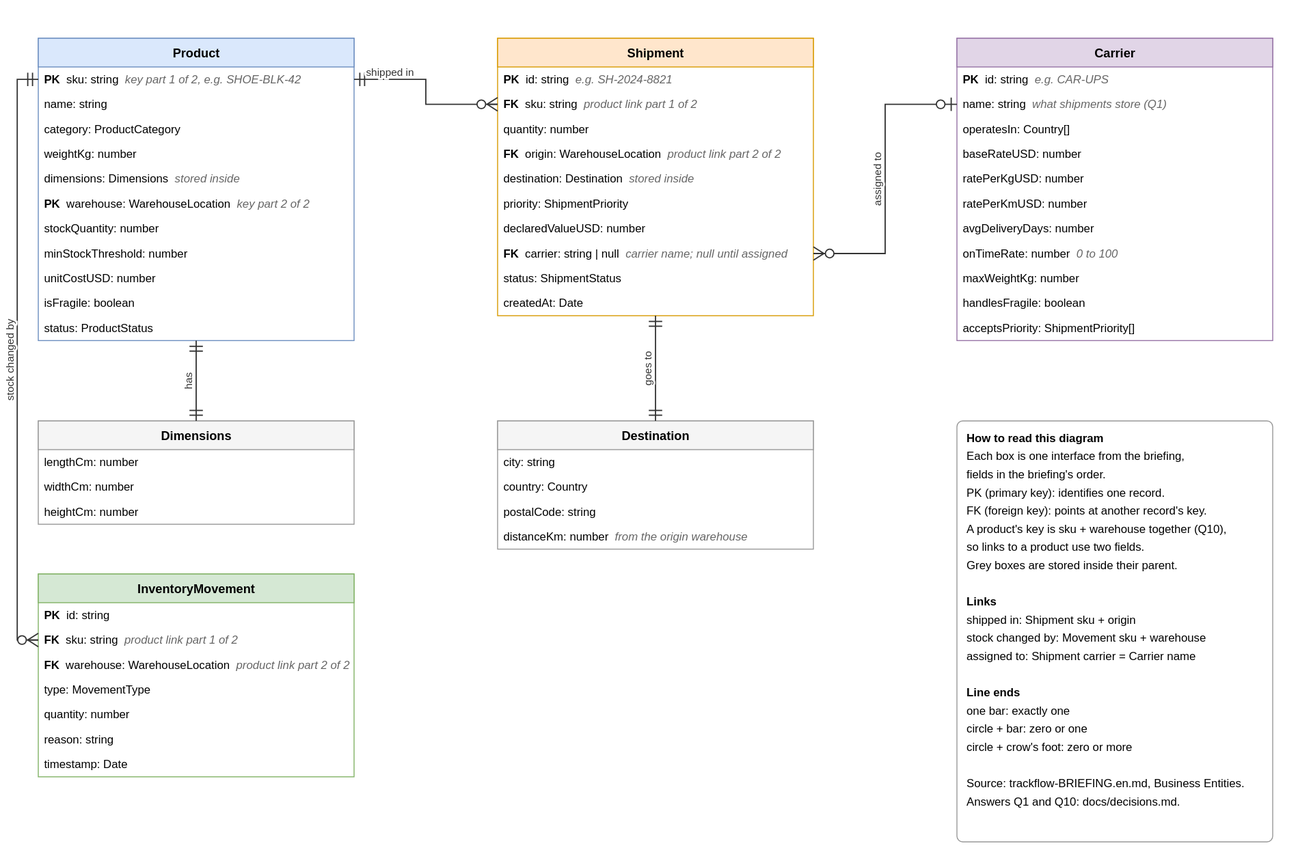
Above: packages/warehouse-logic/docs/erd.drawio.svg in Sun-flow/TrackFlow-Company-Overhaul (draw.io), before the change. Source tidied: cells renumbered, new cells last; positions are measured from the earlier drawing's top-left corner, leaving out a move shared by most shapes.
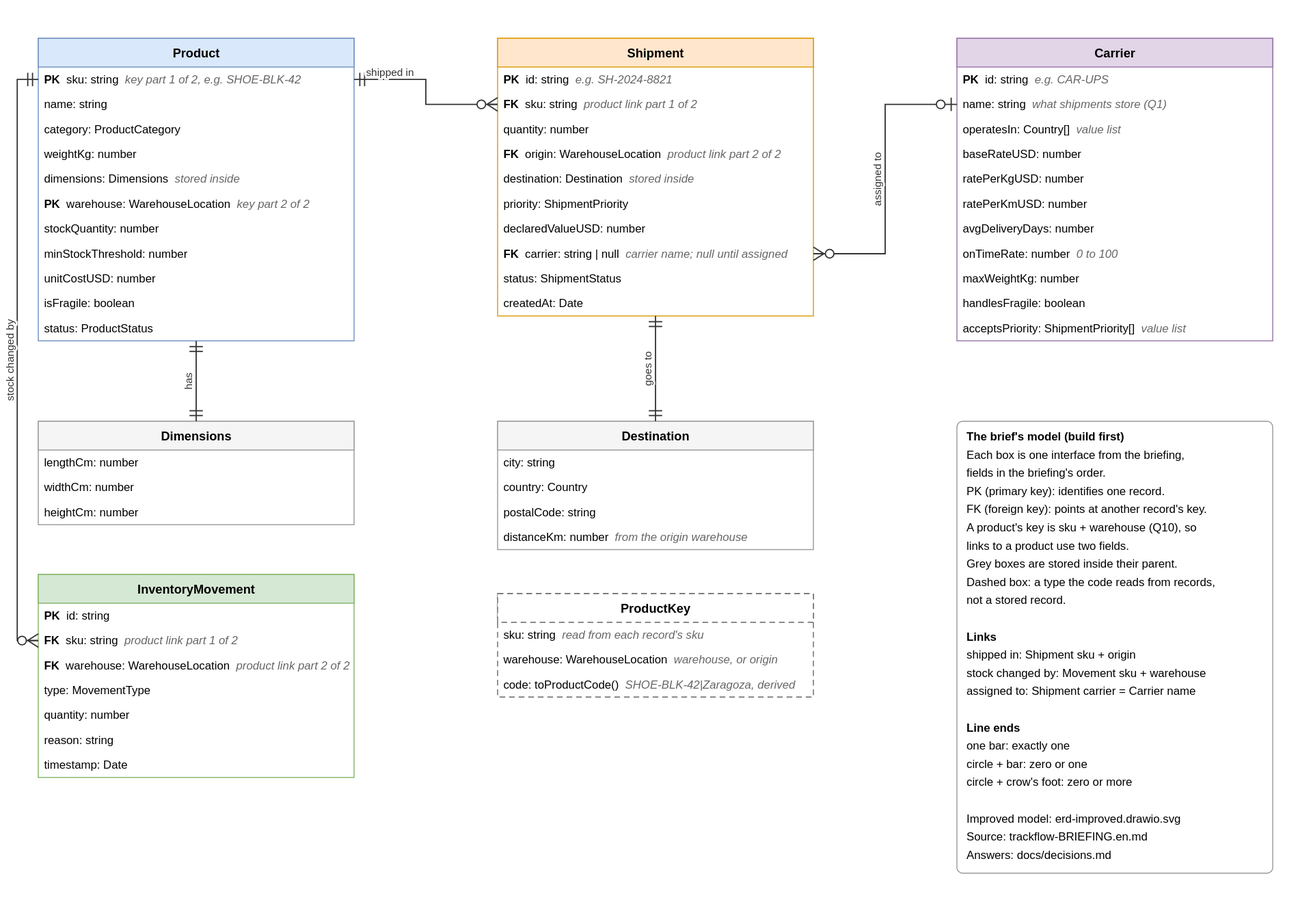
After the change.

Commit message:
Add the ProductKey to the ERD and draw mae's Item and StockRecord model, so both can be reviewed side by side

Diff of the diagram source:
```diff
@@ -131,7 +131,7 @@
     <mxCell id="44" value="name: string&amp;nbsp;&amp;nbsp;&lt;font color=&quot;#666666&quot;&gt;&lt;i&gt;what shipments store (Q1)&lt;/i&gt;&lt;/font&gt;" style="text;strokeColor=none;fillColor=none;align=left;verticalAlign=middle;spacingLeft=6;spacingRight=4;overflow=hidden;html=1;fontSize=12;" parent="42" vertex="1">
       <mxGeometry y="56" width="330" height="26" as="geometry" />
     </mxCell>
-    <mxCell id="45" value="operatesIn: Country[]" style="text;strokeColor=none;fillColor=none;align=left;verticalAlign=middle;spacingLeft=6;spacingRight=4;overflow=hidden;html=1;fontSize=12;" parent="42" vertex="1">
+    <mxCell id="45" value="operatesIn: Country[]&amp;nbsp;&amp;nbsp;&lt;font color=&quot;#666666&quot;&gt;&lt;i&gt;value list&lt;/i&gt;&lt;/font&gt;" style="text;strokeColor=none;fillColor=none;align=left;verticalAlign=middle;spacingLeft=6;spacingRight=4;overflow=hidden;html=1;fontSize=12;" parent="42" vertex="1">
       <mxGeometry y="82" width="330" height="26" as="geometry" />
     </mxCell>
     <mxCell id="46" value="baseRateUSD: number" style="text;strokeColor=none;fillColor=none;align=left;verticalAlign=middle;spacingLeft=6;spacingRight=4;overflow=hidden;html=1;fontSize=12;" parent="42" vertex="1">
@@ -155,10 +155,22 @@
     <mxCell id="52" value="handlesFragile: boolean" style="text;strokeColor=none;fillColor=none;align=left;verticalAlign=middle;spacingLeft=6;spacingRight=4;overflow=hidden;html=1;fontSize=12;" parent="42" vertex="1">
       <mxGeometry y="264" width="330" height="26" as="geometry" />
     </mxCell>
-    <mxCell id="53" value="acceptsPriority: ShipmentPriority[]" style="text;strokeColor=none;fillColor=none;align=left;verticalAlign=middle;spacingLeft=6;spacingRight=4;overflow=hidden;html=1;fontSize=12;" parent="42" vertex="1">
+    <mxCell id="53" value="acceptsPriority: ShipmentPriority[]&amp;nbsp;&amp;nbsp;&lt;font color=&quot;#666666&quot;&gt;&lt;i&gt;value list&lt;/i&gt;&lt;/font&gt;" style="text;strokeColor=none;fillColor=none;align=left;verticalAlign=middle;spacingLeft=6;spacingRight=4;overflow=hidden;html=1;fontSize=12;" parent="42" vertex="1">
       <mxGeometry y="290" width="330" height="26" as="geometry" />
     </mxCell>
+    <mxCell id="60" value="ProductKey" style="swimlane;fontStyle=1;horizontal=1;startSize=30;html=1;fillColor=#ffffff;strokeColor=#666666;fontSize=13;dashed=1;" parent="1" vertex="1">
+      <mxGeometry x="502" y="580" width="330" height="108" as="geometry" />
+    </mxCell>
+    <mxCell id="61" value="sku: string&amp;nbsp;&amp;nbsp;&lt;font color=&quot;#666666&quot;&gt;&lt;i&gt;read from each record&amp;#x27;s sku&lt;/i&gt;&lt;/font&gt;" style="text;strokeColor=none;fillColor=none;align=left;verticalAlign=middle;spacingLeft=6;spacingRight=4;overflow=hidden;html=1;fontSize=12;" parent="60" vertex="1">
+      <mxGeometry y="30" width="330" height="26" as="geometry" />
+    </mxCell>
+    <mxCell id="62" value="warehouse: WarehouseLocation&amp;nbsp;&amp;nbsp;&lt;font color=&quot;#666666&quot;&gt;&lt;i&gt;warehouse, or origin&lt;/i&gt;&lt;/font&gt;" style="text;strokeColor=none;fillColor=none;align=left;verticalAlign=middle;spacingLeft=6;spacingRight=4;overflow=hidden;html=1;fontSize=12;" parent="60" vertex="1">
+      <mxGeometry y="56" width="330" height="26" as="geometry" />
+    </mxCell>
+    <mxCell id="63" value="code: toProductCode()&amp;nbsp;&amp;nbsp;&lt;font color=&quot;#666666&quot;&gt;&lt;i&gt;SHOE-BLK-42|Zaragoza, derived&lt;/i&gt;&lt;/font&gt;" style="text;strokeColor=none;fillColor=none;align=left;verticalAlign=middle;spacingLeft=6;spacingRight=4;overflow=hidden;html=1;fontSize=12;" parent="60" vertex="1">
+      <mxGeometry y="82" width="330" height="26" as="geometry" />
+    </mxCell>
-    <mxCell id="54" value="shipped in" style="edgeStyle=orthogonalEdgeStyle;rounded=0;html=1;endArrow=ERzeroToMany;startArrow=ERmandOne;endFill=0;startFill=0;exitX=1;exitY=0.1361;exitDx=0;exitDy=0;entryX=0;entryY=0.2379;entryDx=0;entryDy=0;fontSize=11;labelBackgroundColor=#ffffff;endSize=10;startSize=10;" parent="1" edge="1" source="2" target="26">
+    <mxCell id="54" value="shipped in" style="edgeStyle=orthogonalEdgeStyle;rounded=0;html=1;endArrow=ERzeroToMany;startArrow=ERmandOne;endFill=0;startFill=0;exitX=1.0000;exitY=0.1361;exitDx=0;exitDy=0;entryX=0.0000;entryY=0.2379;entryDx=0;entryDy=0;fontSize=11;labelBackgroundColor=#ffffff;endSize=10;startSize=10;" parent="1" edge="1" source="2" target="26">
       <mxGeometry relative="1" as="geometry">
         <Array as="points">
           <mxPoint x="427" y="43" />
@@ -166,7 +178,7 @@
         </Array>
       </mxGeometry>
     </mxCell>
-    <mxCell id="55" value="assigned to" style="edgeStyle=orthogonalEdgeStyle;rounded=0;html=1;endArrow=ERzeroToMany;startArrow=ERzeroToOne;endFill=0;startFill=0;exitX=0;exitY=0.2184;exitDx=0;exitDy=0;entryX=1;entryY=0.7759;entryDx=0;entryDy=0;fontSize=11;labelBackgroundColor=#ffffff;endSize=10;startSize=10;" parent="1" edge="1" source="42" target="26">
+    <mxCell id="55" value="assigned to" style="edgeStyle=orthogonalEdgeStyle;rounded=0;html=1;endArrow=ERzeroToMany;startArrow=ERzeroToOne;endFill=0;startFill=0;exitX=0.0000;exitY=0.2184;exitDx=0;exitDy=0;entryX=1.0000;entryY=0.7759;entryDx=0;entryDy=0;fontSize=11;labelBackgroundColor=#ffffff;endSize=10;startSize=10;" parent="1" edge="1" source="42" target="26">
       <mxGeometry relative="1" as="geometry">
         <Array as="points">
           <mxPoint x="907" y="69" />
@@ -174,13 +186,13 @@
         </Array>
       </mxGeometry>
     </mxCell>
-    <mxCell id="56" value="has" style="edgeStyle=orthogonalEdgeStyle;rounded=0;html=1;endArrow=ERmandOne;startArrow=ERmandOne;endFill=0;startFill=0;exitX=0.5;exitY=1.0000;exitDx=0;exitDy=0;entryX=0.5;entryY=0.0000;entryDx=0;entryDy=0;fontSize=11;labelBackgroundColor=#ffffff;endSize=10;startSize=10;" parent="1" edge="1" source="2" target="14">
+    <mxCell id="56" value="has" style="edgeStyle=orthogonalEdgeStyle;rounded=0;html=1;endArrow=ERmandOne;startArrow=ERmandOne;endFill=0;startFill=0;exitX=0.5000;exitY=1.0000;exitDx=0;exitDy=0;entryX=0.5000;entryY=0.0000;entryDx=0;entryDy=0;fontSize=11;labelBackgroundColor=#ffffff;endSize=10;startSize=10;" parent="1" edge="1" source="2" target="14">
       <mxGeometry relative="1" as="geometry" />
     </mxCell>
-    <mxCell id="57" value="goes to" style="edgeStyle=orthogonalEdgeStyle;rounded=0;html=1;endArrow=ERmandOne;startArrow=ERmandOne;endFill=0;startFill=0;exitX=0.5;exitY=1.0000;exitDx=0;exitDy=0;entryX=0.5;entryY=0.0000;entryDx=0;entryDy=0;fontSize=11;labelBackgroundColor=#ffffff;endSize=10;startSize=10;" parent="1" edge="1" source="26" target="37">
+    <mxCell id="57" value="goes to" style="edgeStyle=orthogonalEdgeStyle;rounded=0;html=1;endArrow=ERmandOne;startArrow=ERmandOne;endFill=0;startFill=0;exitX=0.5000;exitY=1.0000;exitDx=0;exitDy=0;entryX=0.5000;entryY=0.0000;entryDx=0;entryDy=0;fontSize=11;labelBackgroundColor=#ffffff;endSize=10;startSize=10;" parent="1" edge="1" source="26" target="37">
       <mxGeometry relative="1" as="geometry" />
     </mxCell>
-    <mxCell id="58" value="stock changed by" style="edgeStyle=orthogonalEdgeStyle;rounded=0;html=1;endArrow=ERzeroToMany;startArrow=ERmandOne;endFill=0;startFill=0;exitX=0;exitY=0.1361;exitDx=0;exitDy=0;entryX=0;entryY=0.3255;entryDx=0;entryDy=0;fontSize=11;labelBackgroundColor=#ffffff;endSize=10;startSize=10;" parent="1" edge="1" source="2" target="18">
+    <mxCell id="58" value="stock changed by" style="edgeStyle=orthogonalEdgeStyle;rounded=0;html=1;endArrow=ERzeroToMany;startArrow=ERmandOne;endFill=0;startFill=0;exitX=0.0000;exitY=0.1361;exitDx=0;exitDy=0;entryX=0.0000;entryY=0.3255;entryDx=0;entryDy=0;fontSize=11;labelBackgroundColor=#ffffff;endSize=10;startSize=10;" parent="1" edge="1" source="2" target="18">
       <mxGeometry relative="1" as="geometry">
         <Array as="points">
           <mxPoint y="43" />
@@ -188,8 +200,8 @@
         </Array>
       </mxGeometry>
     </mxCell>
-    <mxCell id="59" value="&lt;b&gt;How to read this diagram&lt;/b&gt;&lt;br&gt;Each box is one interface from the briefing,&lt;br&gt;fields in the briefing&amp;#x27;s order.&lt;br&gt;PK (primary key): identifies one record.&lt;br&gt;FK (foreign key): points at another record&amp;#x27;s key.&lt;br&gt;A product&amp;#x27;s key is sku + warehouse together (Q10),&lt;br&gt;so links to a product use two fields.&lt;br&gt;Grey boxes are stored inside their parent.&lt;br&gt;&lt;br&gt;&lt;b&gt;Links&lt;/b&gt;&lt;br&gt;shipped in: Shipment sku + origin&lt;br&gt;stock changed by: Movement sku + warehouse&lt;br&gt;assigned to: Shipment carrier = Carrier name&lt;br&gt;&lt;br&gt;&lt;b&gt;Line ends&lt;/b&gt;&lt;br&gt;one bar: exactly one&lt;br&gt;circle + bar: zero or one&lt;br&gt;circle + crow&amp;#x27;s foot: zero or more&lt;br&gt;&lt;br&gt;Source: trackflow-BRIEFING.en.md, Business Entities.&lt;br&gt;Answers Q1 and Q10: docs/decisions.md." style="rounded=1;whiteSpace=wrap;html=1;align=left;verticalAlign=top;spacingLeft=10;spacingTop=6;fillColor=#ffffff;strokeColor=#999999;fontSize=12;arcSize=4;" parent="1" vertex="1">
-      <mxGeometry x="982" y="400" width="330" height="440" as="geometry" />
+    <mxCell id="59" value="&lt;b&gt;The brief&amp;#x27;s model (build first)&lt;/b&gt;&lt;br&gt;Each box is one interface from the briefing,&lt;br&gt;fields in the briefing&amp;#x27;s order.&lt;br&gt;PK (primary key): identifies one record.&lt;br&gt;FK (foreign key): points at another record&amp;#x27;s key.&lt;br&gt;A product&amp;#x27;s key is sku + warehouse (Q10), so&lt;br&gt;links to a product use two fields.&lt;br&gt;Grey boxes are stored inside their parent.&lt;br&gt;Dashed box: a type the code reads from records,&lt;br&gt;not a stored record.&lt;br&gt;&lt;br&gt;&lt;b&gt;Links&lt;/b&gt;&lt;br&gt;shipped in: Shipment sku + origin&lt;br&gt;stock changed by: Movement sku + warehouse&lt;br&gt;assigned to: Shipment carrier = Carrier name&lt;br&gt;&lt;br&gt;&lt;b&gt;Line ends&lt;/b&gt;&lt;br&gt;one bar: exactly one&lt;br&gt;circle + bar: zero or one&lt;br&gt;circle + crow&amp;#x27;s foot: zero or more&lt;br&gt;&lt;br&gt;Improved model: erd-improved.drawio.svg&lt;br&gt;Source: trackflow-BRIEFING.en.md&lt;br&gt;Answers: docs/decisions.md" style="rounded=1;whiteSpace=wrap;html=1;align=left;verticalAlign=top;spacingLeft=10;spacingTop=4;fillColor=#ffffff;strokeColor=#999999;fontSize=12;arcSize=4;" parent="1" vertex="1">
+      <mxGeometry x="982" y="400" width="330" height="472" as="geometry" />
     </mxCell>
   </root>
 </mxGraphModel>
```
